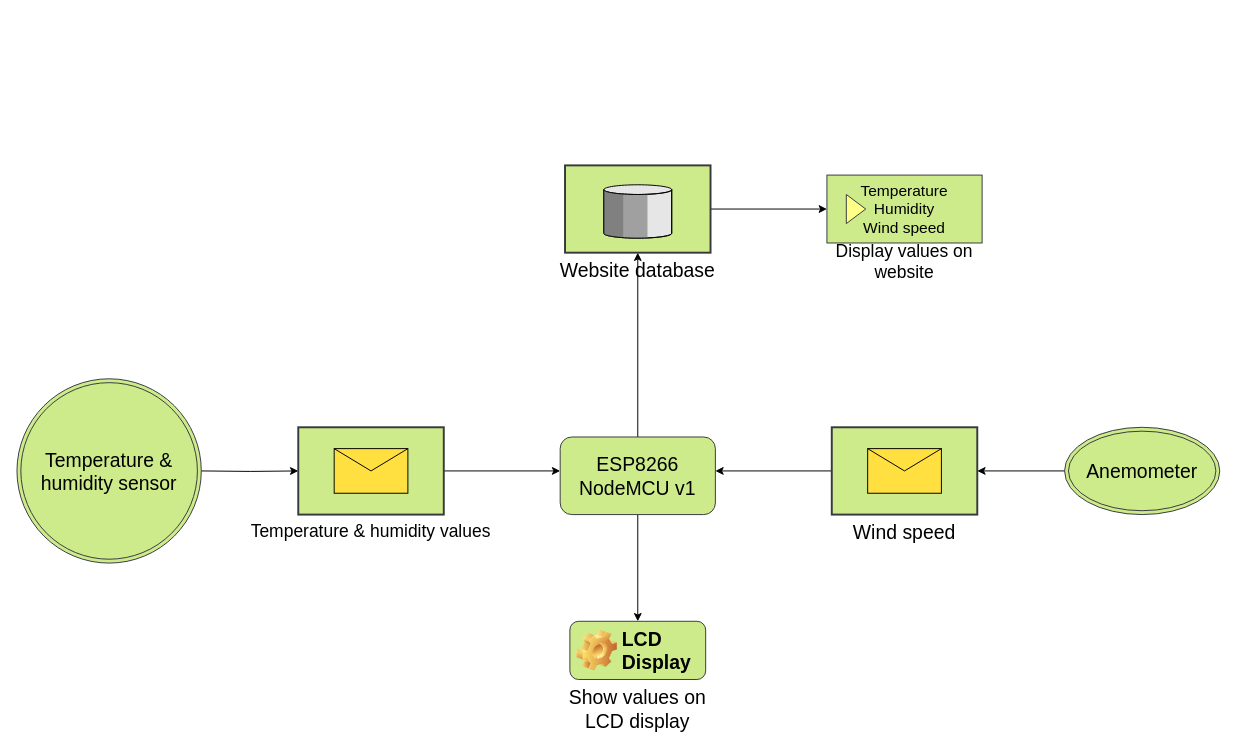
This is esp8266/esp-to-server/sheets/architecture.drawio from PaulWondel/smartthings, a draw.io file, before an edit. Source tidied: cells renumbered, new cells numbered last; positions are measured from the earlier drawing's top-left corner, leaving out a move shared by most shapes. Both pictures are drawn from the tidied source at 97%, with x=0, y=0 at pixel (16, 165).
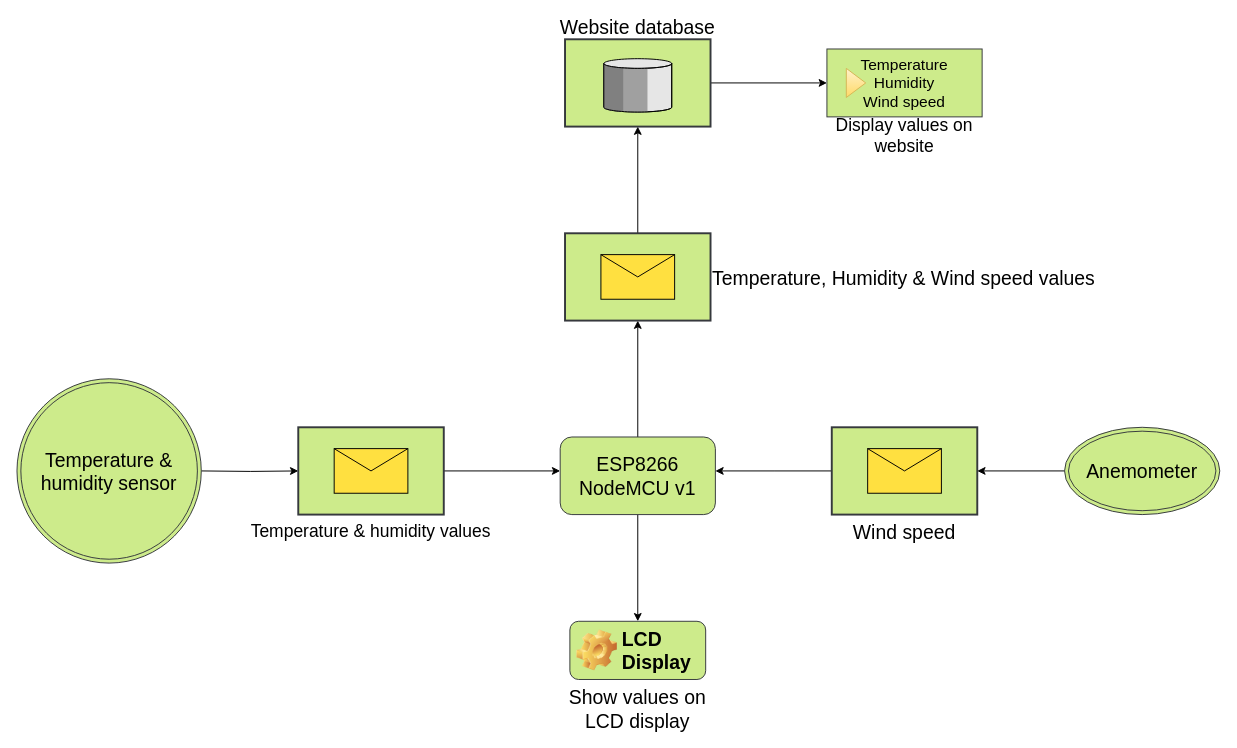
The same diagram, later.

Unchanged cells that the change refers to:
```xml
<mxCell id="10" value="&lt;div&gt;ESP8266&lt;/div&gt;&lt;div&gt;NodeMCU v1&lt;/div&gt;" style="rounded=1;whiteSpace=wrap;html=1;fontSize=20;fillColor=#cdeb8b;strokeColor=#36393d;" parent="1" vertex="1">
  <mxGeometry x="560" y="280" width="160" height="80" as="geometry" />
</mxCell>
```

Change to the diagram source:
```diff
@@
-    <mxCell id="7" value="Website database" style="strokeWidth=2;outlineConnect=0;dashed=0;align=center;fontSize=20;verticalLabelPosition=bottom;verticalAlign=top;shape=mxgraph.eip.message_store;fillColor=#cdeb8b;strokeColor=#36393d;" parent="1" vertex="1">
-      <mxGeometry x="565" width="150" height="90" as="geometry" />
+    <mxCell id="7" value="Website database" style="strokeWidth=2;outlineConnect=0;dashed=0;align=center;fontSize=20;verticalLabelPosition=top;verticalAlign=bottom;shape=mxgraph.eip.message_store;fillColor=#cdeb8b;strokeColor=#36393d;labelPosition=center;" parent="1" vertex="1">
+      <mxGeometry x="565" y="-130" width="150" height="90" as="geometry" />
     </mxCell>
@@
-    <mxCell id="9" style="edgeStyle=orthogonalEdgeStyle;rounded=0;jettySize=auto;html=1;exitX=0.5;exitY=0;exitDx=0;exitDy=0;fontSize=16;" parent="1" edge="1" source="10" target="7">
-      <mxGeometry relative="1" as="geometry" />
-    </mxCell>
+    <mxCell id="20" style="edgeStyle=orthogonalEdgeStyle;rounded=0;jettySize=auto;html=1;exitX=0.5;exitY=0;exitDx=0;exitDy=0;entryX=0.5;entryY=1;entryDx=0;entryDy=0;entryPerimeter=0;fontSize=18;fontColor=none;" parent="1" edge="1" source="10" target="22">
+      <mxGeometry relative="1" as="geometry" />
+    </mxCell>
@@
     <mxCell id="16" value="Temperature&lt;br&gt;&lt;div&gt;Humidity&lt;/div&gt;&lt;div&gt;Wind speed&lt;br&gt;&lt;/div&gt;" style="html=1;whiteSpace=wrap;fontSize=16;fillColor=#cdeb8b;strokeColor=#36393d;" parent="1" vertex="1">
-      <mxGeometry x="835" y="10" width="160" height="70" as="geometry" />
+      <mxGeometry x="835" y="-120" width="160" height="70" as="geometry" />
     </mxCell>
-    <mxCell id="17" style="triangle;html=1;whiteSpace=wrap;fillColor=#ffff88;strokeColor=#36393d;" parent="16" vertex="1">
+    <mxCell id="17" style="triangle;html=1;whiteSpace=wrap;fillColor=#fff2cc;strokeColor=#d6b656;gradientColor=#ffd966;" parent="16" vertex="1">
       <mxGeometry x="20" y="20" width="20" height="30" as="geometry" />
     </mxCell>
     <mxCell id="18" value="&lt;font style=&quot;font-size: 18px&quot;&gt;Display values on website&lt;/font&gt;" style="text;html=1;strokeColor=none;fillColor=none;align=center;verticalAlign=middle;whiteSpace=wrap;rounded=0;fontSize=16;" parent="1" vertex="1">
-      <mxGeometry x="815" y="90" width="200" height="20" as="geometry" />
+      <mxGeometry x="815" y="-40" width="200" height="20" as="geometry" />
     </mxCell>
@@
+    <mxCell id="21" style="edgeStyle=orthogonalEdgeStyle;rounded=0;jettySize=auto;html=1;exitX=0.5;exitY=0;exitDx=0;exitDy=0;exitPerimeter=0;entryX=0.5;entryY=1;entryDx=0;entryDy=0;entryPerimeter=0;fontSize=18;fontColor=none;" parent="1" edge="1" source="22" target="7">
+      <mxGeometry relative="1" as="geometry" />
+    </mxCell>
+    <mxCell id="22" value="Temperature, Humidity &amp; Wind speed values" style="strokeWidth=2;outlineConnect=0;dashed=0;align=left;fontSize=20;fillColor=#cdeb8b;verticalLabelPosition=middle;verticalAlign=middle;shape=mxgraph.eip.envelope_wrapper;labelBackgroundColor=none;html=0;labelPosition=right;strokeColor=#36393d;" parent="1" vertex="1">
+      <mxGeometry x="565" y="70" width="150" height="90" as="geometry" />
+    </mxCell>
```
